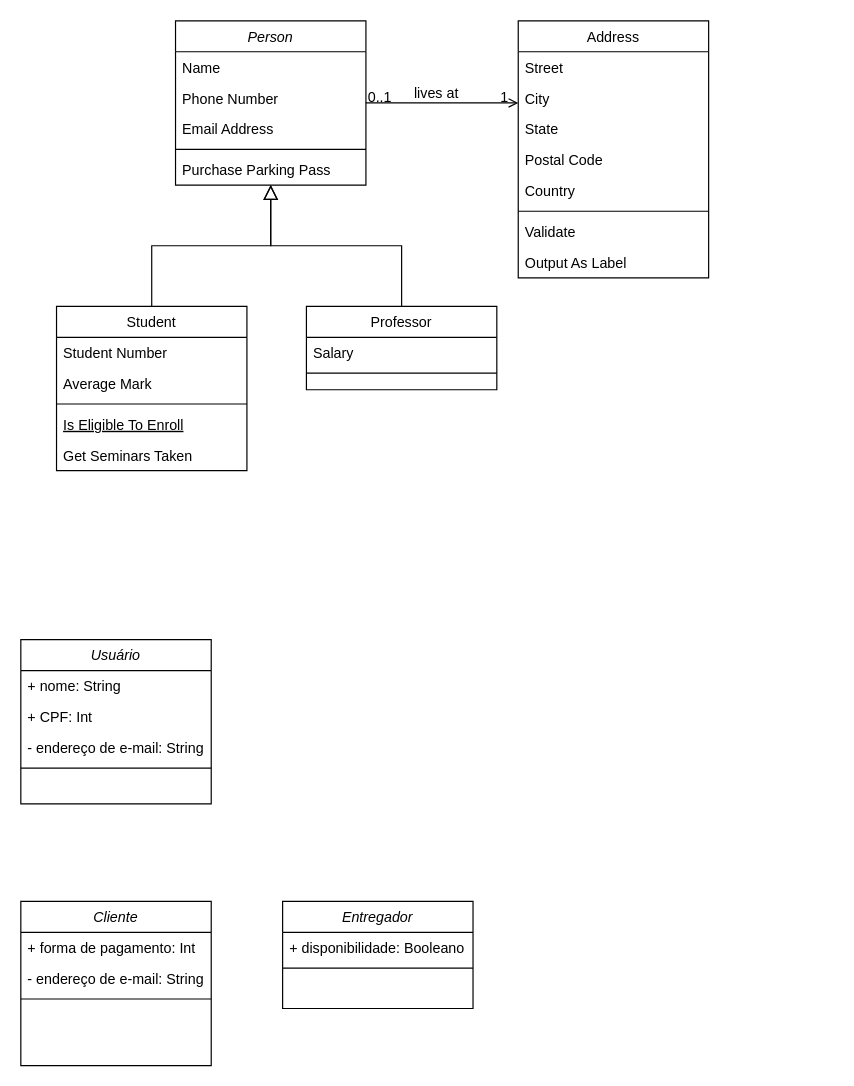
Above: Diagrama Conceitual - Projeto.drawio in bruniculos08/SOFT003 (draw.io), before the change. Source tidied: cells renumbered, new cells numbered last; positions are measured from the earlier drawing's top-left corner, leaving out a move shared by most shapes. Both pictures are drawn from the tidied source at 119%, with x=0, y=0 at pixel (20, 20).
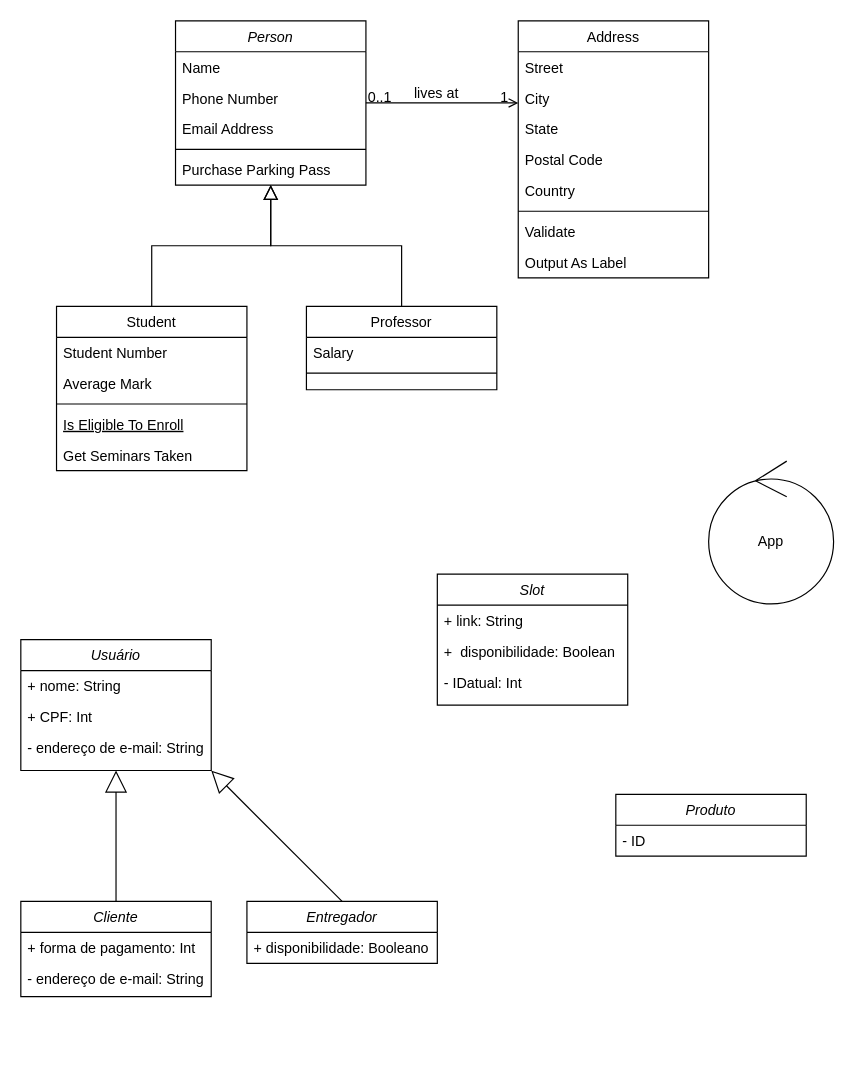
After the change.

The edit, as a diff of the source:
```diff
@@
     <mxCell id="32" value="Usuário" style="swimlane;fontStyle=2;align=center;verticalAlign=top;horizontal=1;startSize=26;rounded=0;shadow=0;strokeWidth=1;" parent="1" vertex="1">
-      <mxGeometry y="520" width="160" height="138" as="geometry" />
+      <mxGeometry y="520" width="160" height="110" as="geometry" />
     </mxCell>
@@
-    <mxCell id="36" style="line;html=1;strokeWidth=1;align=left;verticalAlign=middle;spacingTop=-1;spacingLeft=3;spacingRight=3;labelPosition=right;" parent="32" vertex="1">
-      <mxGeometry y="104" width="160" height="8" as="geometry" />
-    </mxCell>
     <mxCell id="37" value="Cliente" style="swimlane;fontStyle=2;align=center;verticalAlign=top;horizontal=1;startSize=26;rounded=0;shadow=0;strokeWidth=1;" parent="1" vertex="1">
-      <mxGeometry y="740" width="160" height="138" as="geometry" />
+      <mxGeometry y="740" width="160" height="80" as="geometry" />
     </mxCell>
@@
-    <mxCell id="40" style="line;html=1;strokeWidth=1;align=left;verticalAlign=middle;spacingTop=-1;spacingLeft=3;spacingRight=3;labelPosition=right;" parent="37" vertex="1">
-      <mxGeometry y="78" width="160" height="8" as="geometry" />
-    </mxCell>
     <mxCell id="41" value="Entregador" style="swimlane;fontStyle=2;align=center;verticalAlign=top;horizontal=1;startSize=26;rounded=0;shadow=0;strokeWidth=1;" parent="1" vertex="1">
-      <mxGeometry x="220" y="740" width="160" height="90" as="geometry" />
+      <mxGeometry x="190" y="740" width="160" height="52" as="geometry" />
     </mxCell>
@@
-    <mxCell id="43" style="line;html=1;strokeWidth=1;align=left;verticalAlign=middle;spacingTop=-1;spacingLeft=3;spacingRight=3;labelPosition=right;" parent="41" vertex="1">
-      <mxGeometry y="52" width="160" height="8" as="geometry" />
-    </mxCell>
+    <mxCell id="44" style="endArrow=block;endSize=16;endFill=0;html=1;rounded=0;exitX=0.5;exitY=0;exitDx=0;exitDy=0;entryX=1;entryY=1;entryDx=0;entryDy=0;" parent="1" edge="1" source="41" target="32">
+      <mxGeometry relative="1" as="geometry" />
+    </mxCell>
+    <mxCell id="45" style="endArrow=block;endSize=16;endFill=0;html=1;rounded=0;entryX=0.5;entryY=1;entryDx=0;entryDy=0;exitX=0.5;exitY=0;exitDx=0;exitDy=0;" parent="1" edge="1" source="37" target="32">
+      <mxGeometry relative="1" as="geometry" />
+    </mxCell>
+    <mxCell id="46" value="Produto" style="swimlane;fontStyle=2;align=center;verticalAlign=top;horizontal=1;startSize=26;rounded=0;shadow=0;strokeWidth=1;" parent="1" vertex="1">
+      <mxGeometry x="500" y="650" width="160" height="52" as="geometry" />
+    </mxCell>
+    <mxCell id="47" value="- ID" style="text;align=left;verticalAlign=top;spacingLeft=4;spacingRight=4;overflow=hidden;" parent="46" vertex="1">
+      <mxGeometry y="26" width="160" height="26" as="geometry" />
+    </mxCell>
+    <mxCell id="48" value="Slot" style="swimlane;fontStyle=2;align=center;verticalAlign=top;horizontal=1;startSize=26;rounded=0;shadow=0;strokeWidth=1;" parent="1" vertex="1">
+      <mxGeometry x="350" y="465" width="160" height="110" as="geometry" />
+    </mxCell>
+    <mxCell id="49" value="+ link: String" style="text;align=left;verticalAlign=top;spacingLeft=4;spacingRight=4;overflow=hidden;" parent="48" vertex="1">
+      <mxGeometry y="26" width="160" height="26" as="geometry" />
+    </mxCell>
+    <mxCell id="50" value="+  disponibilidade: Boolean" style="text;align=left;verticalAlign=top;spacingLeft=4;spacingRight=4;overflow=hidden;rounded=0;shadow=0;html=0;" parent="48" vertex="1">
+      <mxGeometry y="52" width="160" height="26" as="geometry" />
+    </mxCell>
+    <mxCell id="51" value="- IDatual: Int " style="text;align=left;verticalAlign=top;spacingLeft=4;spacingRight=4;overflow=hidden;rounded=0;shadow=0;html=0;" parent="48" vertex="1">
+      <mxGeometry y="78" width="160" height="26" as="geometry" />
+    </mxCell>
+    <mxCell id="52" value="App" style="ellipse;shape=umlControl;whiteSpace=wrap;html=1;" parent="1" vertex="1">
+      <mxGeometry x="578" y="370" width="105" height="120" as="geometry" />
+    </mxCell>
```
